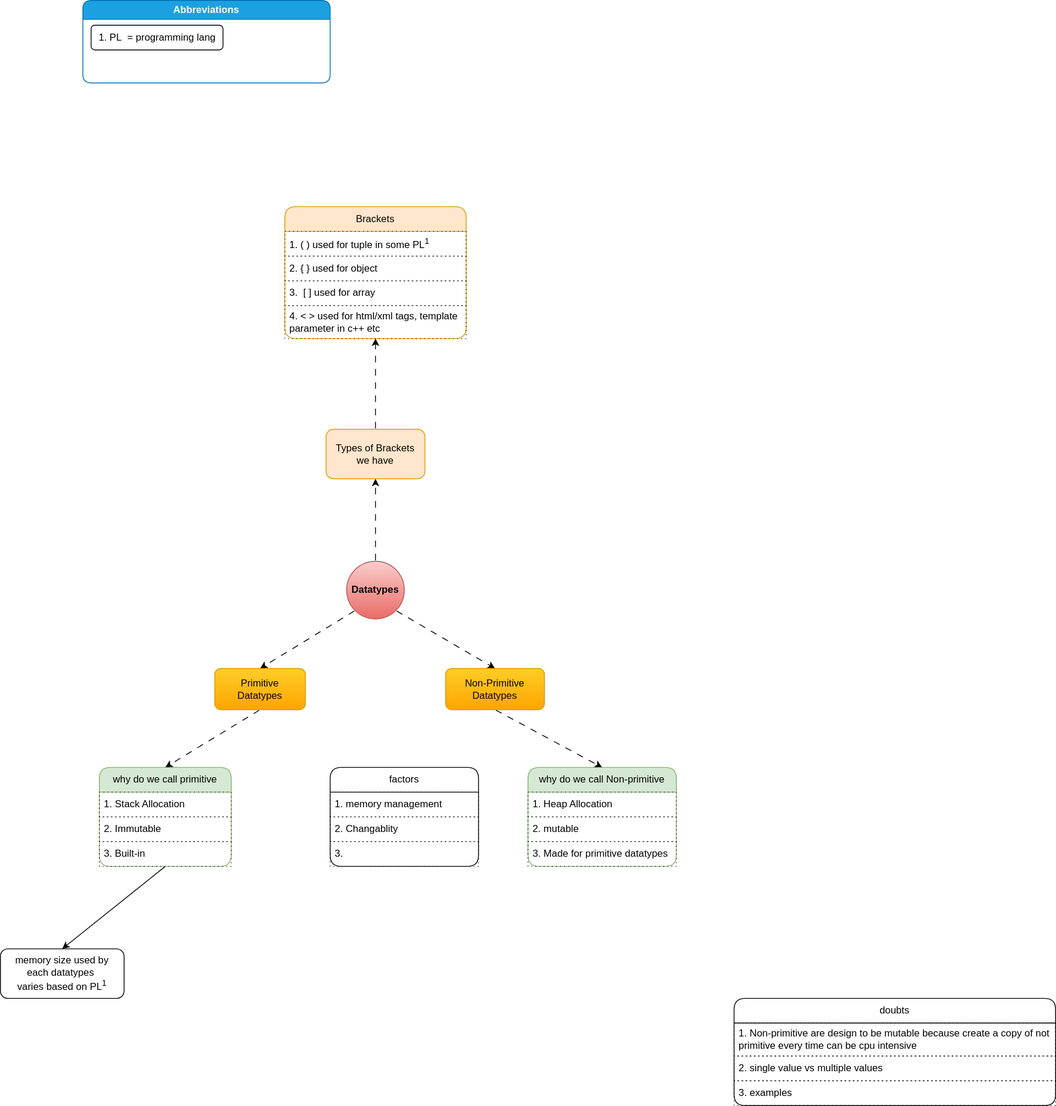
Above: programming-langs/datatypes.svg in knkrn5/Programming-Concepts (draw.io), before the change. Source tidied: cells renumbered, new cells last; positions are measured from the earlier drawing's top-left corner, leaving out a move shared by most shapes.
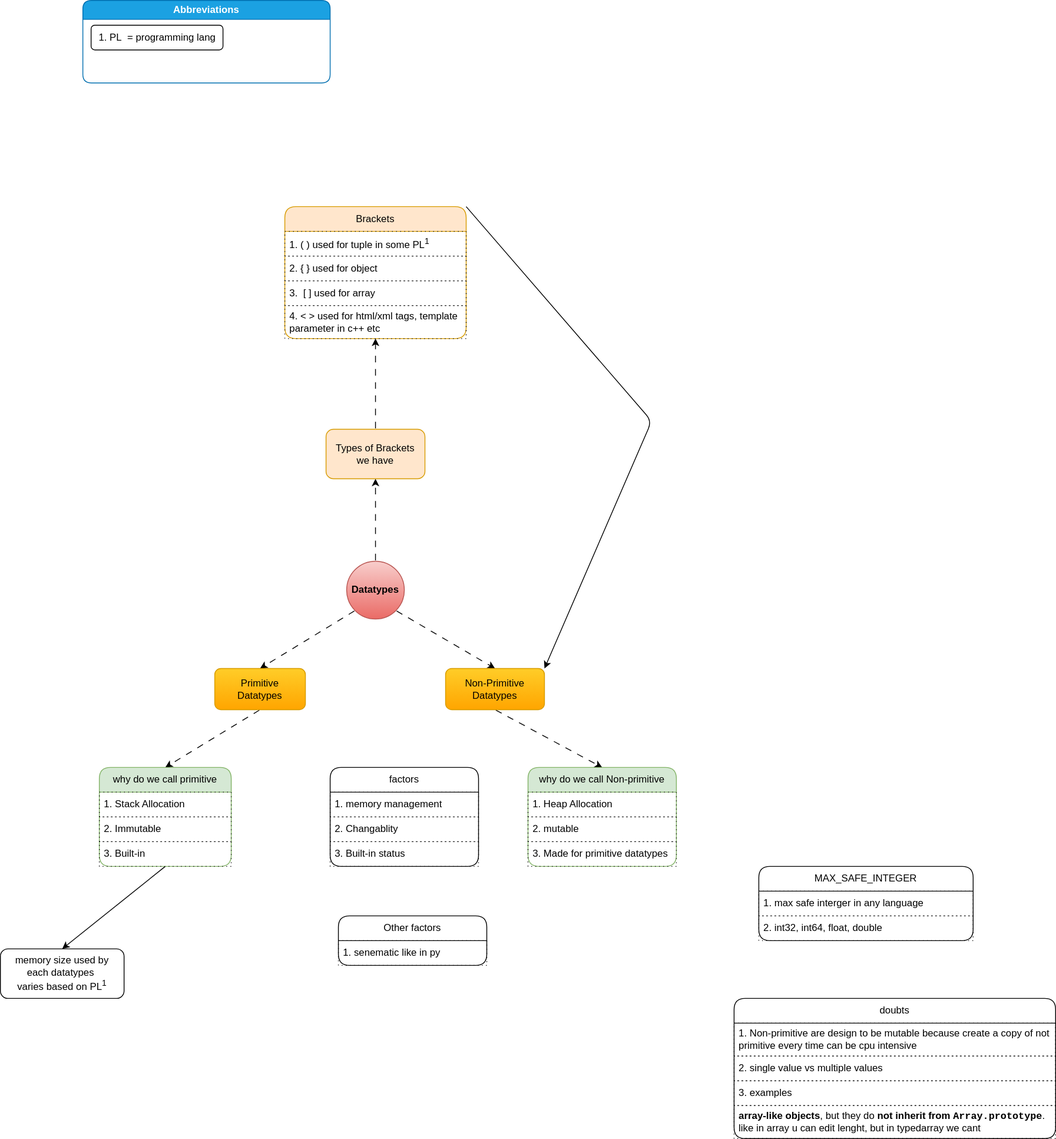
Above is the later version.

Diff of the diagram source:
```diff
@@ -1,4 +1,4 @@
-<mxGraphModel>
+<mxGraphModel background="#ffffff">
   <root>
     <mxCell id="0" />
     <mxCell id="1" parent="0" />
@@ -62,9 +62,31 @@
     <mxCell id="21" value="2. Changablity" style="text;strokeColor=default;fillColor=none;align=left;verticalAlign=middle;spacingLeft=4;spacingRight=4;overflow=hidden;whiteSpace=wrap;html=1;dashed=1;dashPattern=1 4;" parent="19" vertex="1">
       <mxGeometry y="60" width="180" height="30" as="geometry" />
     </mxCell>
-    <mxCell id="22" value="3.&amp;nbsp;" style="text;strokeColor=default;fillColor=none;align=left;verticalAlign=middle;spacingLeft=4;spacingRight=4;overflow=hidden;whiteSpace=wrap;html=1;dashed=1;dashPattern=1 4;" parent="19" vertex="1">
+    <mxCell id="22" value="3. Built-in status" style="text;strokeColor=default;fillColor=none;align=left;verticalAlign=middle;spacingLeft=4;spacingRight=4;overflow=hidden;whiteSpace=wrap;html=1;dashed=1;dashPattern=1 4;" parent="19" vertex="1">
       <mxGeometry y="90" width="180" height="30" as="geometry" />
     </mxCell>
+    <mxCell id="37" value="MAX_SAFE_INTEGER" style="swimlane;fontStyle=0;horizontal=1;startSize=30;whiteSpace=wrap;html=1;rounded=1;" parent="1" vertex="1">
+      <mxGeometry x="920" y="1050" width="260" height="90" as="geometry" />
+    </mxCell>
+    <mxCell id="38" value="1. max safe interger in any language" style="text;strokeColor=default;fillColor=none;align=left;verticalAlign=middle;spacingLeft=4;spacingRight=4;overflow=hidden;whiteSpace=wrap;html=1;dashed=1;dashPattern=1 4;" parent="37" vertex="1">
+      <mxGeometry y="30" width="260" height="30" as="geometry" />
+    </mxCell>
+    <mxCell id="39" value="2. int32, int64, float, double" style="text;strokeColor=default;fillColor=none;align=left;verticalAlign=middle;spacingLeft=4;spacingRight=4;overflow=hidden;whiteSpace=wrap;html=1;dashed=1;dashPattern=1 4;" parent="37" vertex="1">
+      <mxGeometry y="60" width="260" height="30" as="geometry" />
+    </mxCell>
+    <mxCell id="40" value="Other factors" style="swimlane;fontStyle=0;horizontal=1;startSize=30;whiteSpace=wrap;html=1;rounded=1;" parent="1" vertex="1">
+      <mxGeometry x="410" y="1110" width="180" height="60" as="geometry" />
+    </mxCell>
+    <mxCell id="41" value="1. senematic like in py" style="text;strokeColor=default;fillColor=none;align=left;verticalAlign=middle;spacingLeft=4;spacingRight=4;overflow=hidden;whiteSpace=wrap;html=1;dashed=1;dashPattern=1 4;" parent="40" vertex="1">
+      <mxGeometry y="30" width="180" height="30" as="geometry" />
+    </mxCell>
+    <mxCell id="42" style="edgeStyle=none;html=1;exitX=1;exitY=0;exitDx=0;exitDy=0;entryX=1;entryY=0;entryDx=0;entryDy=0;" parent="1" edge="1" source="23" target="9">
+      <mxGeometry relative="1" as="geometry">
+        <Array as="points">
+          <mxPoint x="790" y="510" />
+        </Array>
+      </mxGeometry>
+    </mxCell>
     <mxCell id="23" value="Brackets" style="swimlane;fontStyle=0;horizontal=1;startSize=30;whiteSpace=wrap;html=1;rounded=1;fillColor=#ffe6cc;strokeColor=#d79b00;" parent="1" vertex="1">
       <mxGeometry x="345" y="250" width="220" height="160" as="geometry" />
     </mxCell>
@@ -81,7 +103,7 @@
       <mxGeometry y="120" width="220" height="40" as="geometry" />
     </mxCell>
     <mxCell id="28" value="doubts" style="swimlane;fontStyle=0;horizontal=1;startSize=30;whiteSpace=wrap;html=1;rounded=1;" parent="1" vertex="1">
-      <mxGeometry x="890" y="1210" width="390" height="130" as="geometry" />
+      <mxGeometry x="890" y="1210" width="390" height="170" as="geometry" />
     </mxCell>
     <mxCell id="29" value="1. Non-primitive are design to be mutable because create a copy of not primitive every time can be cpu intensive" style="text;strokeColor=default;fillColor=none;align=left;verticalAlign=middle;spacingLeft=4;spacingRight=4;overflow=hidden;whiteSpace=wrap;html=1;dashed=1;dashPattern=1 4;" parent="28" vertex="1">
       <mxGeometry y="30" width="390" height="40" as="geometry" />
@@ -92,6 +114,9 @@
     <mxCell id="31" value="3. examples" style="text;strokeColor=default;fillColor=none;align=left;verticalAlign=middle;spacingLeft=4;spacingRight=4;overflow=hidden;whiteSpace=wrap;html=1;dashed=1;dashPattern=1 4;" parent="28" vertex="1">
       <mxGeometry y="100" width="390" height="30" as="geometry" />
     </mxCell>
+    <mxCell id="43" value="&lt;strong&gt;array-like objects&lt;/strong&gt;, but they do &lt;strong&gt;not inherit from &lt;code&gt;Array.prototype&lt;/code&gt;&lt;/strong&gt;. like in array u can edit lenght, but in typedarray we cant" style="text;strokeColor=default;fillColor=none;align=left;verticalAlign=middle;spacingLeft=4;spacingRight=4;overflow=hidden;whiteSpace=wrap;html=1;dashed=1;dashPattern=1 4;" parent="28" vertex="1">
+      <mxGeometry y="130" width="390" height="40" as="geometry" />
+    </mxCell>
     <mxCell id="32" style="edgeStyle=none;html=1;exitX=0.5;exitY=0;exitDx=0;exitDy=0;entryX=0.5;entryY=1;entryDx=0;entryDy=0;flowAnimation=1;" parent="1" edge="1" source="33" target="23">
       <mxGeometry relative="1" as="geometry" />
     </mxCell>
```
